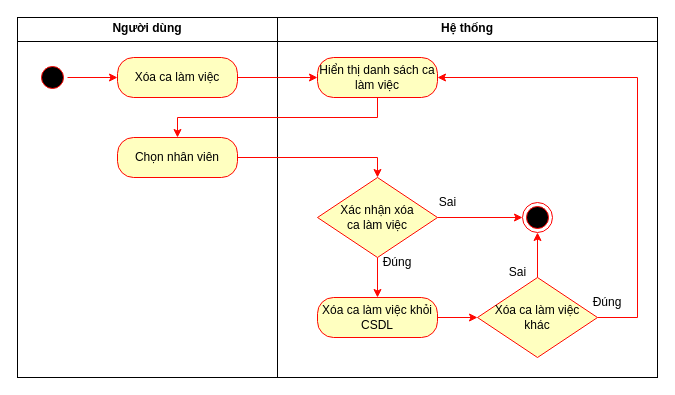
Earlier version of the draw.io diagram Sơ đồ hoạt động UC xóa ca làm việc.drawio (HaojackYT/DAA_SA). Source tidied: cells renumbered, new cells numbered last; positions are measured from the earlier drawing's top-left corner, leaving out a move shared by most shapes. Both pictures are drawn from the tidied source at 100%, with x=0, y=0 at pixel (17, 17).
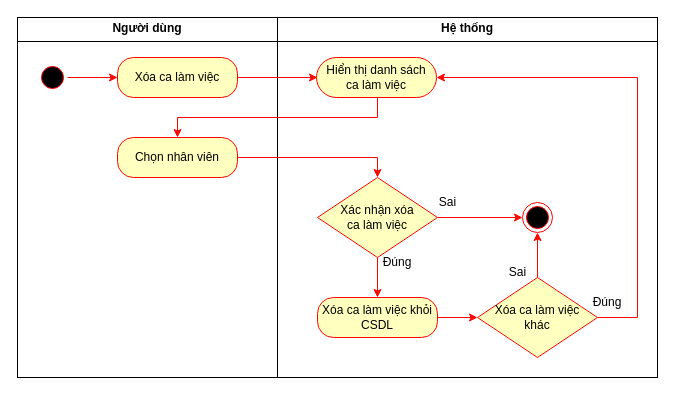
The same diagram, later.

The edit, as a diff of the source:
```diff
@@
-    <mxCell id="11" value="Hiển thị danh sách ca làm việc" style="rounded=1;whiteSpace=wrap;html=1;arcSize=40;fontColor=#000000;fillColor=#ffffc0;strokeColor=#ff0000;" parent="1" vertex="1">
-      <mxGeometry x="300" y="40" width="120" height="40" as="geometry" />
+    <mxCell id="11" value="Hiển thị danh sách&lt;div&gt;ca làm việc&lt;/div&gt;" style="rounded=1;whiteSpace=wrap;html=1;arcSize=50;fontColor=#000000;fillColor=#ffffc0;strokeColor=#ff0000;" parent="1" vertex="1">
+      <mxGeometry x="299" y="40" width="120" height="40" as="geometry" />
     </mxCell>
```
